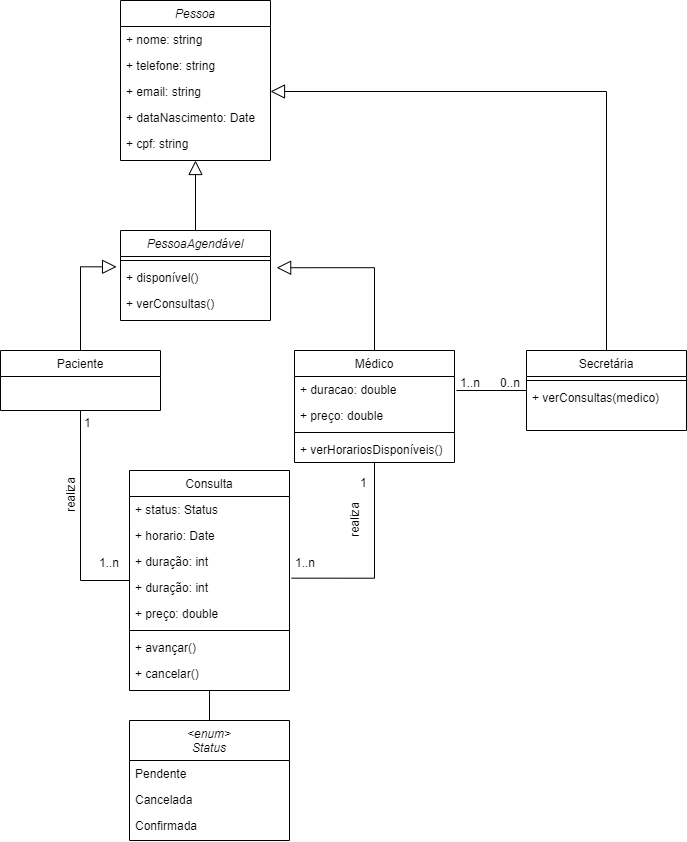
Before: dominio.drawio.png, a diagram exported from draw.io (enzomazocorodrigues/projeto-ds2). Source tidied: cells renumbered, new cells last; positions are measured from the earlier drawing's top-left corner, leaving out a move shared by most shapes. Its diagram source:
```xml
<mxGraphModel>
  <root>
    <mxCell id="0" />
    <mxCell id="1" parent="0" />
    <mxCell id="2" value="Pessoa&#10;" style="swimlane;fontStyle=2;align=center;verticalAlign=top;horizontal=1;startSize=26;rounded=0;shadow=0;strokeWidth=1;" parent="1" vertex="1">
      <mxGeometry x="120" width="150" height="160" as="geometry" />
    </mxCell>
    <mxCell id="3" value="+ nome: string" style="text;align=left;verticalAlign=top;spacingLeft=4;spacingRight=4;overflow=hidden;" parent="2" vertex="1">
      <mxGeometry y="26" width="150" height="26" as="geometry" />
    </mxCell>
    <mxCell id="4" value="+ telefone: string" style="text;align=left;verticalAlign=top;spacingLeft=4;spacingRight=4;overflow=hidden;rounded=0;shadow=0;html=0;" parent="2" vertex="1">
      <mxGeometry y="52" width="150" height="26" as="geometry" />
    </mxCell>
    <mxCell id="5" value="+ email: string" style="text;align=left;verticalAlign=top;spacingLeft=4;spacingRight=4;overflow=hidden;points=[[0,0.5],[1,0.5]];portConstraint=eastwest;rounded=0;shadow=0;html=0;" parent="2" vertex="1">
      <mxGeometry y="78" width="150" height="26" as="geometry" />
    </mxCell>
    <mxCell id="6" value="+ dataNascimento: Date" style="text;align=left;verticalAlign=top;spacingLeft=4;spacingRight=4;overflow=hidden;rounded=0;shadow=0;html=0;" parent="2" vertex="1">
      <mxGeometry y="104" width="150" height="26" as="geometry" />
    </mxCell>
    <mxCell id="7" value="+ cpf: string" style="text;align=left;verticalAlign=top;spacingLeft=4;spacingRight=4;overflow=hidden;rounded=0;shadow=0;html=0;" parent="2" vertex="1">
      <mxGeometry y="130" width="150" height="26" as="geometry" />
    </mxCell>
    <mxCell id="8" style="edgeStyle=orthogonalEdgeStyle;rounded=0;jettySize=auto;html=1;exitX=0.5;exitY=1;exitDx=0;exitDy=0;entryX=0;entryY=0.5;entryDx=0;entryDy=0;endArrow=none;endFill=0;" parent="1" edge="1" source="10" target="18">
      <mxGeometry relative="1" as="geometry" />
    </mxCell>
    <mxCell id="9" style="edgeStyle=orthogonalEdgeStyle;rounded=0;jettySize=auto;html=1;entryX=-0.026;entryY=0.09;entryDx=0;entryDy=0;entryPerimeter=0;endArrow=block;endFill=0;endSize=12;" parent="1" edge="1" source="10" target="43">
      <mxGeometry relative="1" as="geometry" />
    </mxCell>
    <mxCell id="10" value="Paciente" style="swimlane;fontStyle=0;align=center;verticalAlign=top;horizontal=1;startSize=26;rounded=0;shadow=0;strokeWidth=1;" parent="1" vertex="1">
      <mxGeometry y="350" width="160" height="60" as="geometry" />
    </mxCell>
    <mxCell id="11" style="edgeStyle=orthogonalEdgeStyle;rounded=0;jettySize=auto;html=1;entryX=1.041;entryY=0.124;entryDx=0;entryDy=0;entryPerimeter=0;endArrow=block;endFill=0;endSize=12;exitX=0.5;exitY=0;exitDx=0;exitDy=0;" parent="1" edge="1" source="13" target="43">
      <mxGeometry relative="1" as="geometry" />
    </mxCell>
    <mxCell id="12" style="edgeStyle=orthogonalEdgeStyle;rounded=0;jettySize=auto;html=1;entryX=1.013;entryY=0.141;entryDx=0;entryDy=0;entryPerimeter=0;startArrow=none;startFill=0;endArrow=none;endFill=0;endSize=12;" parent="1" edge="1" source="13" target="22">
      <mxGeometry relative="1" as="geometry" />
    </mxCell>
    <mxCell id="13" value="Médico" style="swimlane;fontStyle=0;align=center;verticalAlign=top;horizontal=1;startSize=26;rounded=0;shadow=0;strokeWidth=1;" parent="1" vertex="1">
      <mxGeometry x="294" y="350" width="160" height="112" as="geometry" />
    </mxCell>
    <mxCell id="14" value="+ duracao: double" style="text;align=left;verticalAlign=top;spacingLeft=4;spacingRight=4;overflow=hidden;" parent="13" vertex="1">
      <mxGeometry y="26" width="160" height="26" as="geometry" />
    </mxCell>
    <mxCell id="15" value="+ preço: double" style="text;align=left;verticalAlign=top;spacingLeft=4;spacingRight=4;overflow=hidden;points=[[0,0.5],[1,0.5]];portConstraint=eastwest;" parent="13" vertex="1">
      <mxGeometry y="52" width="160" height="26" as="geometry" />
    </mxCell>
    <mxCell id="16" style="line;html=1;strokeWidth=1;align=left;verticalAlign=middle;spacingTop=-1;spacingLeft=3;spacingRight=3;labelPosition=right;" parent="13" vertex="1">
      <mxGeometry y="78" width="160" height="8" as="geometry" />
    </mxCell>
    <mxCell id="17" value="+ verHorariosDisponíveis()" style="text;align=left;verticalAlign=top;spacingLeft=4;spacingRight=4;overflow=hidden;" parent="13" vertex="1">
      <mxGeometry y="86" width="160" height="26" as="geometry" />
    </mxCell>
    <mxCell id="18" value="Consulta&#10;" style="swimlane;fontStyle=0;align=center;verticalAlign=top;horizontal=1;startSize=26;rounded=0;shadow=0;strokeWidth=1;" parent="1" vertex="1">
      <mxGeometry x="129" y="470" width="160" height="220" as="geometry" />
    </mxCell>
    <mxCell id="19" value="+ status: Status" style="text;align=left;verticalAlign=top;spacingLeft=4;spacingRight=4;overflow=hidden;rounded=0;shadow=0;html=0;" parent="18" vertex="1">
      <mxGeometry y="26" width="160" height="26" as="geometry" />
    </mxCell>
    <mxCell id="20" value="+ horario: Date" style="text;align=left;verticalAlign=top;spacingLeft=4;spacingRight=4;overflow=hidden;" parent="18" vertex="1">
      <mxGeometry y="52" width="160" height="26" as="geometry" />
    </mxCell>
    <mxCell id="21" value="+ duração: int" style="text;align=left;verticalAlign=top;spacingLeft=4;spacingRight=4;overflow=hidden;rounded=0;shadow=0;html=0;" parent="18" vertex="1">
      <mxGeometry y="78" width="160" height="26" as="geometry" />
    </mxCell>
    <mxCell id="22" value="+ duração: int" style="text;align=left;verticalAlign=top;spacingLeft=4;spacingRight=4;overflow=hidden;points=[[0,0.5],[1,0.5]];portConstraint=eastwest;rounded=0;shadow=0;html=0;" parent="18" vertex="1">
      <mxGeometry y="104" width="160" height="26" as="geometry" />
    </mxCell>
    <mxCell id="23" value="+ preço: double" style="text;align=left;verticalAlign=top;spacingLeft=4;spacingRight=4;overflow=hidden;points=[[0,0.5],[1,0.5]];portConstraint=eastwest;rounded=0;shadow=0;html=0;" parent="18" vertex="1">
      <mxGeometry y="130" width="160" height="26" as="geometry" />
    </mxCell>
    <mxCell id="24" style="line;html=1;strokeWidth=1;align=left;verticalAlign=middle;spacingTop=-1;spacingLeft=3;spacingRight=3;labelPosition=right;" parent="18" vertex="1">
      <mxGeometry y="156" width="160" height="8" as="geometry" />
    </mxCell>
    <mxCell id="25" value="+ avançar()" style="text;align=left;verticalAlign=top;spacingLeft=4;spacingRight=4;overflow=hidden;rounded=0;shadow=0;html=0;" parent="18" vertex="1">
      <mxGeometry y="164" width="160" height="26" as="geometry" />
    </mxCell>
    <mxCell id="26" value="+ cancelar()" style="text;align=left;verticalAlign=top;spacingLeft=4;spacingRight=4;overflow=hidden;rounded=0;shadow=0;html=0;" parent="18" vertex="1">
      <mxGeometry y="190" width="160" height="26" as="geometry" />
    </mxCell>
    <mxCell id="27" style="edgeStyle=orthogonalEdgeStyle;rounded=0;jettySize=auto;html=1;endArrow=none;endFill=0;entryX=0.5;entryY=1;entryDx=0;entryDy=0;" parent="1" edge="1" source="28" target="18">
      <mxGeometry relative="1" as="geometry">
        <Array as="points">
          <mxPoint x="209" y="750" />
          <mxPoint x="209" y="750" />
        </Array>
      </mxGeometry>
    </mxCell>
    <mxCell id="28" value="&lt;enum&gt;&#10;Status" style="swimlane;fontStyle=2;align=center;verticalAlign=top;horizontal=1;startSize=40;rounded=0;shadow=0;strokeWidth=1;" parent="1" vertex="1">
      <mxGeometry x="129" y="720" width="160" height="120" as="geometry" />
    </mxCell>
    <mxCell id="29" value="Pendente" style="text;align=left;verticalAlign=top;spacingLeft=4;spacingRight=4;overflow=hidden;rounded=0;shadow=0;html=0;" parent="28" vertex="1">
      <mxGeometry y="40" width="160" height="26" as="geometry" />
    </mxCell>
    <mxCell id="30" value="Cancelada" style="text;align=left;verticalAlign=top;spacingLeft=4;spacingRight=4;overflow=hidden;rounded=0;shadow=0;html=0;" parent="28" vertex="1">
      <mxGeometry y="66" width="160" height="26" as="geometry" />
    </mxCell>
    <mxCell id="31" value="Confirmada" style="text;align=left;verticalAlign=top;spacingLeft=4;spacingRight=4;overflow=hidden;rounded=0;shadow=0;html=0;" parent="28" vertex="1">
      <mxGeometry y="92" width="160" height="26" as="geometry" />
    </mxCell>
    <mxCell id="32" value="1..n" style="align=left;verticalAlign=bottom;labelBackgroundColor=none;fontSize=12;" parent="1" vertex="1">
      <mxGeometry x="355" y="530" as="geometry">
        <mxPoint x="-258" y="41" as="offset" />
      </mxGeometry>
    </mxCell>
    <mxCell id="33" value="1" style="align=left;verticalAlign=bottom;labelBackgroundColor=none;fontSize=12;" parent="1" vertex="1">
      <mxGeometry x="340" y="390" as="geometry">
        <mxPoint x="-258" y="41" as="offset" />
      </mxGeometry>
    </mxCell>
    <mxCell id="34" value="1..n" style="align=left;verticalAlign=bottom;labelBackgroundColor=none;fontSize=12;" parent="1" vertex="1">
      <mxGeometry x="551" y="530" as="geometry">
        <mxPoint x="-258" y="41" as="offset" />
      </mxGeometry>
    </mxCell>
    <mxCell id="35" value="1" style="align=left;verticalAlign=bottom;labelBackgroundColor=none;fontSize=12;" parent="1" vertex="1">
      <mxGeometry x="616" y="450" as="geometry">
        <mxPoint x="-258" y="41" as="offset" />
      </mxGeometry>
    </mxCell>
    <mxCell id="36" style="edgeStyle=orthogonalEdgeStyle;rounded=0;jettySize=auto;html=1;entryX=1;entryY=0.5;entryDx=0;entryDy=0;startArrow=none;startFill=0;endArrow=block;endFill=0;endSize=12;" parent="1" edge="1" source="37" target="5">
      <mxGeometry relative="1" as="geometry" />
    </mxCell>
    <mxCell id="37" value="Secretária" style="swimlane;fontStyle=0;align=center;verticalAlign=top;horizontal=1;startSize=26;rounded=0;shadow=0;strokeWidth=1;" parent="1" vertex="1">
      <mxGeometry x="526" y="350" width="160" height="80" as="geometry" />
    </mxCell>
    <mxCell id="38" style="line;html=1;strokeWidth=1;align=left;verticalAlign=middle;spacingTop=-1;spacingLeft=3;spacingRight=3;labelPosition=right;" parent="37" vertex="1">
      <mxGeometry y="26" width="160" height="8" as="geometry" />
    </mxCell>
    <mxCell id="39" value="+ verConsultas(medico)" style="text;align=left;verticalAlign=top;spacingLeft=4;spacingRight=4;overflow=hidden;rounded=0;shadow=0;html=0;" parent="37" vertex="1">
      <mxGeometry y="34" width="160" height="26" as="geometry" />
    </mxCell>
    <mxCell id="40" style="edgeStyle=orthogonalEdgeStyle;rounded=0;jettySize=auto;html=1;startArrow=none;startFill=0;endArrow=block;endFill=0;endSize=12;entryX=0.5;entryY=1;entryDx=0;entryDy=0;" parent="1" edge="1" source="41" target="2">
      <mxGeometry relative="1" as="geometry" />
    </mxCell>
    <mxCell id="41" value="PessoaAgendável" style="swimlane;fontStyle=2;align=center;verticalAlign=top;horizontal=1;startSize=26;rounded=0;shadow=0;strokeWidth=1;" parent="1" vertex="1">
      <mxGeometry x="120" y="230" width="150" height="90" as="geometry" />
    </mxCell>
    <mxCell id="42" style="line;html=1;strokeWidth=1;align=left;verticalAlign=middle;spacingTop=-1;spacingLeft=3;spacingRight=3;labelPosition=right;" parent="41" vertex="1">
      <mxGeometry y="26" width="150" height="8" as="geometry" />
    </mxCell>
    <mxCell id="43" value="+ disponível()" style="text;align=left;verticalAlign=top;spacingLeft=4;spacingRight=4;overflow=hidden;points=[[0,0.5],[1,0.5]];portConstraint=eastwest;rounded=0;shadow=0;html=0;" parent="41" vertex="1">
      <mxGeometry y="34" width="150" height="26" as="geometry" />
    </mxCell>
    <mxCell id="44" value="+ verConsultas()" style="text;align=left;verticalAlign=top;spacingLeft=4;spacingRight=4;overflow=hidden;rounded=0;shadow=0;html=0;" parent="41" vertex="1">
      <mxGeometry y="60" width="150" height="26" as="geometry" />
    </mxCell>
    <mxCell id="45" style="endArrow=none;html=1;rounded=0;endSize=12;" parent="1" edge="1">
      <mxGeometry relative="1" as="geometry">
        <mxPoint x="456" y="390" as="sourcePoint" />
        <mxPoint x="526" y="390" as="targetPoint" />
      </mxGeometry>
    </mxCell>
    <mxCell id="46" value="1..n" style="align=left;verticalAlign=bottom;labelBackgroundColor=none;fontSize=12;" parent="1" vertex="1">
      <mxGeometry x="716" y="350" as="geometry">
        <mxPoint x="-258" y="41" as="offset" />
      </mxGeometry>
    </mxCell>
    <mxCell id="47" value="0..n" style="align=left;verticalAlign=bottom;labelBackgroundColor=none;fontSize=12;" parent="1" vertex="1">
      <mxGeometry x="756" y="350" as="geometry">
        <mxPoint x="-258" y="41" as="offset" />
      </mxGeometry>
    </mxCell>
    <mxCell id="48" value="realiza" style="text;html=1;align=center;verticalAlign=middle;strokeColor=none;fillColor=none;rotation=-90;" parent="1" vertex="1">
      <mxGeometry x="46" y="485" width="50" height="20" as="geometry" />
    </mxCell>
    <mxCell id="49" value="realiza" style="text;html=1;align=center;verticalAlign=middle;strokeColor=none;fillColor=none;rotation=-90;" parent="1" vertex="1">
      <mxGeometry x="330" y="510" width="50" height="20" as="geometry" />
    </mxCell>
  </root>
</mxGraphModel>
```
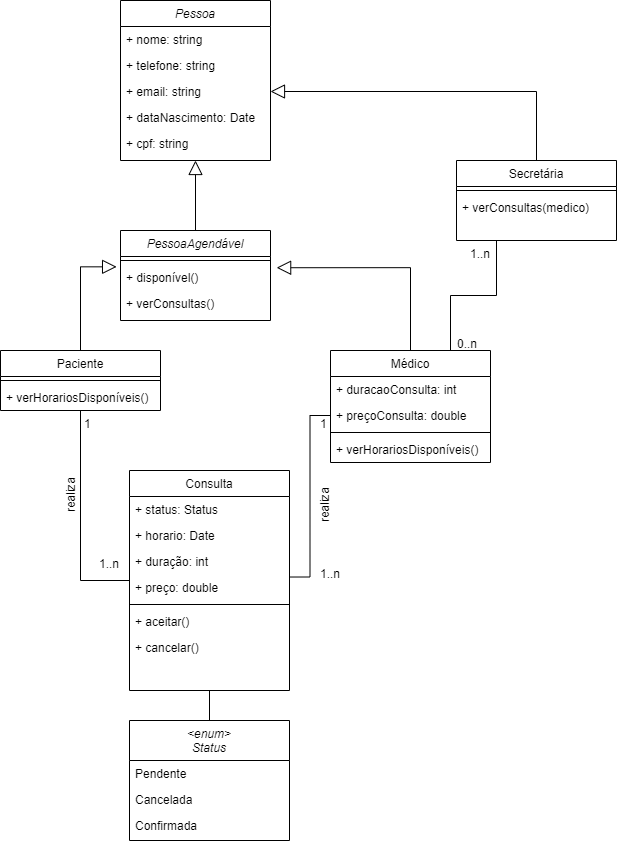
Above is the later version.

What changed in the source:
```diff
@@ -29,19 +29,22 @@
     <mxCell id="10" value="Paciente" style="swimlane;fontStyle=0;align=center;verticalAlign=top;horizontal=1;startSize=26;rounded=0;shadow=0;strokeWidth=1;" parent="1" vertex="1">
       <mxGeometry y="350" width="160" height="60" as="geometry" />
     </mxCell>
+    <mxCell id="50" style="line;html=1;strokeWidth=1;align=left;verticalAlign=middle;spacingTop=-1;spacingLeft=3;spacingRight=3;labelPosition=right;" parent="10" vertex="1">
+      <mxGeometry y="26" width="160" height="8" as="geometry" />
+    </mxCell>
+    <mxCell id="51" value="+ verHorariosDisponíveis()" style="text;align=left;verticalAlign=top;spacingLeft=4;spacingRight=4;overflow=hidden;" parent="10" vertex="1">
+      <mxGeometry y="34" width="160" height="26" as="geometry" />
+    </mxCell>
     <mxCell id="11" style="edgeStyle=orthogonalEdgeStyle;rounded=0;jettySize=auto;html=1;entryX=1.041;entryY=0.124;entryDx=0;entryDy=0;entryPerimeter=0;endArrow=block;endFill=0;endSize=12;exitX=0.5;exitY=0;exitDx=0;exitDy=0;" parent="1" edge="1" source="13" target="43">
       <mxGeometry relative="1" as="geometry" />
     </mxCell>
-    <mxCell id="12" style="edgeStyle=orthogonalEdgeStyle;rounded=0;jettySize=auto;html=1;entryX=1.013;entryY=0.141;entryDx=0;entryDy=0;entryPerimeter=0;startArrow=none;startFill=0;endArrow=none;endFill=0;endSize=12;" parent="1" edge="1" source="13" target="22">
-      <mxGeometry relative="1" as="geometry" />
-    </mxCell>
     <mxCell id="13" value="Médico" style="swimlane;fontStyle=0;align=center;verticalAlign=top;horizontal=1;startSize=26;rounded=0;shadow=0;strokeWidth=1;" parent="1" vertex="1">
-      <mxGeometry x="294" y="350" width="160" height="112" as="geometry" />
+      <mxGeometry x="330" y="350" width="160" height="112" as="geometry" />
     </mxCell>
-    <mxCell id="14" value="+ duracao: double" style="text;align=left;verticalAlign=top;spacingLeft=4;spacingRight=4;overflow=hidden;" parent="13" vertex="1">
+    <mxCell id="14" value="+ duracaoConsulta: int" style="text;align=left;verticalAlign=top;spacingLeft=4;spacingRight=4;overflow=hidden;" parent="13" vertex="1">
       <mxGeometry y="26" width="160" height="26" as="geometry" />
     </mxCell>
-    <mxCell id="15" value="+ preço: double" style="text;align=left;verticalAlign=top;spacingLeft=4;spacingRight=4;overflow=hidden;points=[[0,0.5],[1,0.5]];portConstraint=eastwest;" parent="13" vertex="1">
+    <mxCell id="15" value="+ preçoConsulta: double" style="text;align=left;verticalAlign=top;spacingLeft=4;spacingRight=4;overflow=hidden;points=[[0,0.5],[1,0.5]];portConstraint=eastwest;" parent="13" vertex="1">
       <mxGeometry y="52" width="160" height="26" as="geometry" />
     </mxCell>
     <mxCell id="16" style="line;html=1;strokeWidth=1;align=left;verticalAlign=middle;spacingTop=-1;spacingLeft=3;spacingRight=3;labelPosition=right;" parent="13" vertex="1">
@@ -62,20 +65,17 @@
     <mxCell id="21" value="+ duração: int" style="text;align=left;verticalAlign=top;spacingLeft=4;spacingRight=4;overflow=hidden;rounded=0;shadow=0;html=0;" parent="18" vertex="1">
       <mxGeometry y="78" width="160" height="26" as="geometry" />
     </mxCell>
-    <mxCell id="22" value="+ duração: int" style="text;align=left;verticalAlign=top;spacingLeft=4;spacingRight=4;overflow=hidden;points=[[0,0.5],[1,0.5]];portConstraint=eastwest;rounded=0;shadow=0;html=0;" parent="18" vertex="1">
-      <mxGeometry y="104" width="160" height="26" as="geometry" />
-    </mxCell>
     <mxCell id="23" value="+ preço: double" style="text;align=left;verticalAlign=top;spacingLeft=4;spacingRight=4;overflow=hidden;points=[[0,0.5],[1,0.5]];portConstraint=eastwest;rounded=0;shadow=0;html=0;" parent="18" vertex="1">
-      <mxGeometry y="130" width="160" height="26" as="geometry" />
+      <mxGeometry y="104" width="160" height="26" as="geometry" />
     </mxCell>
     <mxCell id="24" style="line;html=1;strokeWidth=1;align=left;verticalAlign=middle;spacingTop=-1;spacingLeft=3;spacingRight=3;labelPosition=right;" parent="18" vertex="1">
-      <mxGeometry y="156" width="160" height="8" as="geometry" />
+      <mxGeometry y="130" width="160" height="8" as="geometry" />
     </mxCell>
-    <mxCell id="25" value="+ avançar()" style="text;align=left;verticalAlign=top;spacingLeft=4;spacingRight=4;overflow=hidden;rounded=0;shadow=0;html=0;" parent="18" vertex="1">
-      <mxGeometry y="164" width="160" height="26" as="geometry" />
+    <mxCell id="25" value="+ aceitar()" style="text;align=left;verticalAlign=top;spacingLeft=4;spacingRight=4;overflow=hidden;rounded=0;shadow=0;html=0;" parent="18" vertex="1">
+      <mxGeometry y="138" width="160" height="26" as="geometry" />
     </mxCell>
     <mxCell id="26" value="+ cancelar()" style="text;align=left;verticalAlign=top;spacingLeft=4;spacingRight=4;overflow=hidden;rounded=0;shadow=0;html=0;" parent="18" vertex="1">
-      <mxGeometry y="190" width="160" height="26" as="geometry" />
+      <mxGeometry y="164" width="160" height="26" as="geometry" />
     </mxCell>
     <mxCell id="27" style="edgeStyle=orthogonalEdgeStyle;rounded=0;jettySize=auto;html=1;endArrow=none;endFill=0;entryX=0.5;entryY=1;entryDx=0;entryDy=0;" parent="1" edge="1" source="28" target="18">
       <mxGeometry relative="1" as="geometry">
@@ -108,20 +108,23 @@
       </mxGeometry>
     </mxCell>
     <mxCell id="34" value="1..n" style="align=left;verticalAlign=bottom;labelBackgroundColor=none;fontSize=12;" parent="1" vertex="1">
-      <mxGeometry x="551" y="530" as="geometry">
+      <mxGeometry x="576" y="540" as="geometry">
         <mxPoint x="-258" y="41" as="offset" />
       </mxGeometry>
     </mxCell>
     <mxCell id="35" value="1" style="align=left;verticalAlign=bottom;labelBackgroundColor=none;fontSize=12;" parent="1" vertex="1">
-      <mxGeometry x="616" y="450" as="geometry">
+      <mxGeometry x="576" y="390" as="geometry">
         <mxPoint x="-258" y="41" as="offset" />
       </mxGeometry>
     </mxCell>
     <mxCell id="36" style="edgeStyle=orthogonalEdgeStyle;rounded=0;jettySize=auto;html=1;entryX=1;entryY=0.5;entryDx=0;entryDy=0;startArrow=none;startFill=0;endArrow=block;endFill=0;endSize=12;" parent="1" edge="1" source="37" target="5">
       <mxGeometry relative="1" as="geometry" />
     </mxCell>
+    <mxCell id="52" style="edgeStyle=orthogonalEdgeStyle;rounded=0;jettySize=auto;html=1;exitX=0.25;exitY=1;exitDx=0;exitDy=0;entryX=0.75;entryY=0;entryDx=0;entryDy=0;endArrow=none;endFill=0;endSize=12;" parent="1" edge="1" source="37" target="13">
+      <mxGeometry relative="1" as="geometry" />
+    </mxCell>
     <mxCell id="37" value="Secretária" style="swimlane;fontStyle=0;align=center;verticalAlign=top;horizontal=1;startSize=26;rounded=0;shadow=0;strokeWidth=1;" parent="1" vertex="1">
-      <mxGeometry x="526" y="350" width="160" height="80" as="geometry" />
+      <mxGeometry x="456" y="160" width="160" height="80" as="geometry" />
     </mxCell>
     <mxCell id="38" style="line;html=1;strokeWidth=1;align=left;verticalAlign=middle;spacingTop=-1;spacingLeft=3;spacingRight=3;labelPosition=right;" parent="37" vertex="1">
       <mxGeometry y="26" width="160" height="8" as="geometry" />
@@ -144,19 +147,13 @@
     <mxCell id="44" value="+ verConsultas()" style="text;align=left;verticalAlign=top;spacingLeft=4;spacingRight=4;overflow=hidden;rounded=0;shadow=0;html=0;" parent="41" vertex="1">
       <mxGeometry y="60" width="150" height="26" as="geometry" />
     </mxCell>
-    <mxCell id="45" style="endArrow=none;html=1;rounded=0;endSize=12;" parent="1" edge="1">
-      <mxGeometry relative="1" as="geometry">
-        <mxPoint x="456" y="390" as="sourcePoint" />
-        <mxPoint x="526" y="390" as="targetPoint" />
-      </mxGeometry>
-    </mxCell>
     <mxCell id="46" value="1..n" style="align=left;verticalAlign=bottom;labelBackgroundColor=none;fontSize=12;" parent="1" vertex="1">
-      <mxGeometry x="716" y="350" as="geometry">
+      <mxGeometry x="726" y="220" as="geometry">
         <mxPoint x="-258" y="41" as="offset" />
       </mxGeometry>
     </mxCell>
     <mxCell id="47" value="0..n" style="align=left;verticalAlign=bottom;labelBackgroundColor=none;fontSize=12;" parent="1" vertex="1">
-      <mxGeometry x="756" y="350" as="geometry">
+      <mxGeometry x="713" y="310" as="geometry">
         <mxPoint x="-258" y="41" as="offset" />
       </mxGeometry>
     </mxCell>
@@ -164,7 +161,10 @@
       <mxGeometry x="46" y="485" width="50" height="20" as="geometry" />
     </mxCell>
     <mxCell id="49" value="realiza" style="text;html=1;align=center;verticalAlign=middle;strokeColor=none;fillColor=none;rotation=-90;" parent="1" vertex="1">
-      <mxGeometry x="330" y="510" width="50" height="20" as="geometry" />
+      <mxGeometry x="300" y="495" width="50" height="20" as="geometry" />
     </mxCell>
+    <mxCell id="53" style="edgeStyle=orthogonalEdgeStyle;rounded=0;jettySize=auto;html=1;exitX=0;exitY=0.5;exitDx=0;exitDy=0;entryX=1.003;entryY=0.097;entryDx=0;entryDy=0;entryPerimeter=0;endArrow=none;endFill=0;endSize=12;" parent="1" edge="1" source="15" target="23">
+      <mxGeometry relative="1" as="geometry" />
+    </mxCell>
   </root>
 </mxGraphModel>
```
